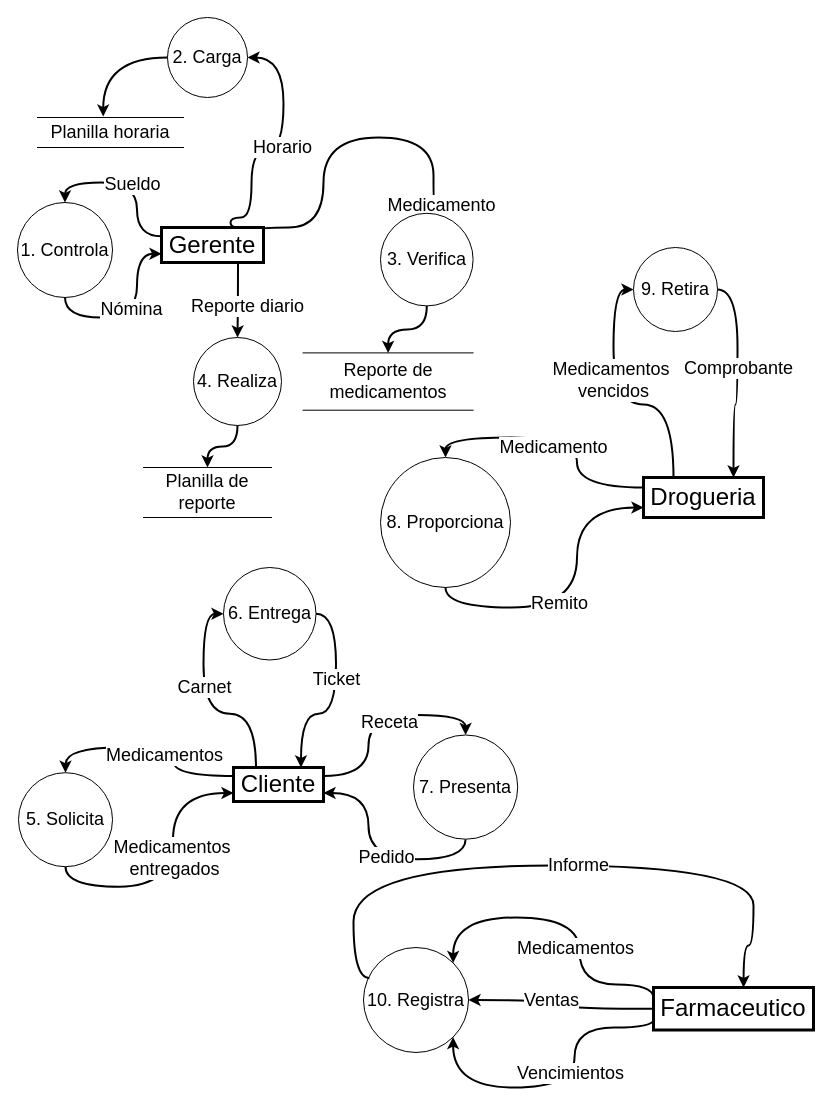
The draw.io diagram page "DFD_Farmacia" (1 of 2) of farmaciaAE.drawio in yon026/pruebagit, before the edit. Source tidied: cells renumbered, new cells numbered last; positions are measured from the earlier drawing's top-left corner, leaving out a move shared by most shapes. Both pictures are drawn from the tidied source at 100%, with x=0, y=0 at pixel (17, 17).
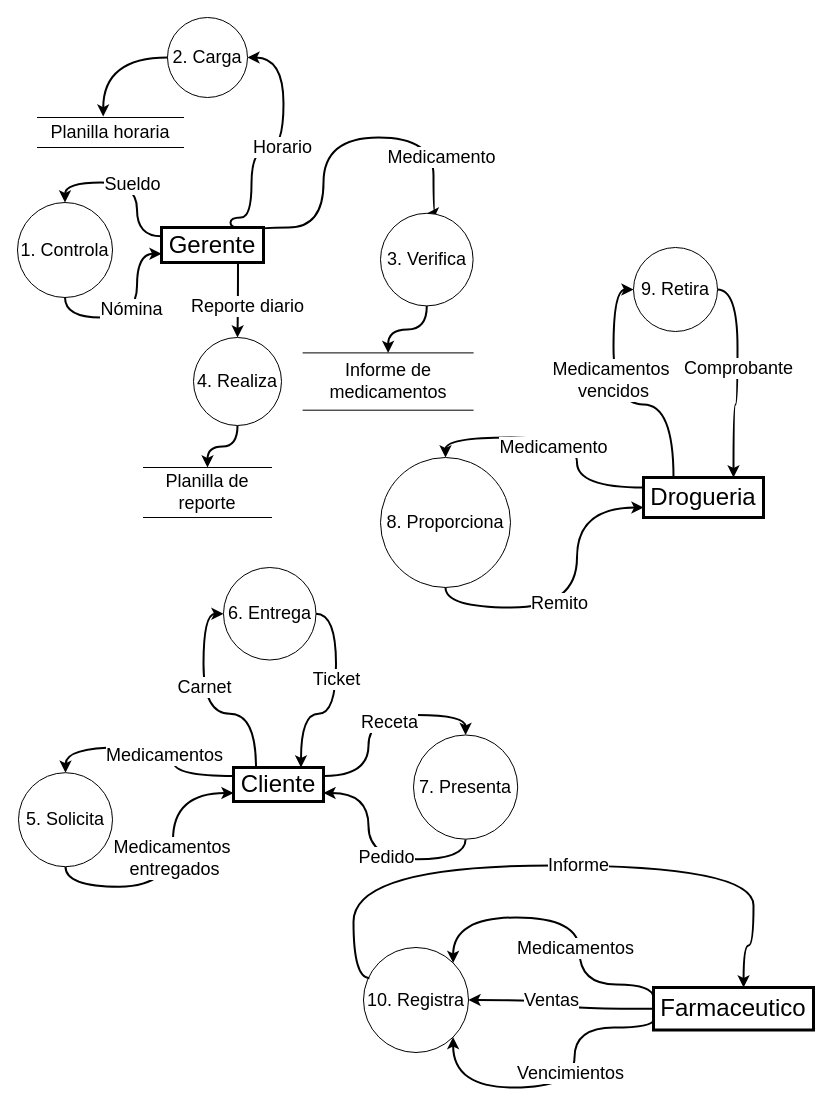
Above is the later version.

Unchanged cells that the change refers to:
```xml
<mxCell id="10" style="edgeStyle=orthogonalEdgeStyle;shape=connector;curved=1;rounded=0;jettySize=auto;html=1;exitX=1;exitY=0.25;exitDx=0;exitDy=0;entryX=0.5;entryY=0;entryDx=0;entryDy=0;strokeColor=default;align=center;verticalAlign=middle;fontFamily=Helvetica;fontSize=18;fontColor=default;labelBackgroundColor=default;endArrow=classic;strokeWidth=2;" parent="1" edge="1" source="16" target="18">
  <mxGeometry relative="1" as="geometry">
    <Array as="points">
      <mxPoint x="236" y="210" />
      <mxPoint x="306" y="210" />
      <mxPoint x="306" y="120" />
      <mxPoint x="416" y="120" />
      <mxPoint x="416" y="196" />
    </Array>
  </mxGeometry>
</mxCell>
```

Change to the diagram source:
```diff
@@
     <mxCell id="11" value="Medicamento" style="edgeLabel;html=1;align=center;verticalAlign=middle;fontFamily=Helvetica;fontSize=18;fontColor=default;labelBackgroundColor=default;" parent="10" vertex="1">
       <mxGeometry x="-0.36" y="-2" relative="1" as="geometry">
-        <mxPoint x="115" y="8" as="offset" />
+        <mxPoint x="115" y="-40" as="offset" />
       </mxGeometry>
     </mxCell>
@@
-    <mxCell id="36" value="Reporte de medicamentos" style="shape=partialRectangle;whiteSpace=wrap;html=1;left=0;right=0;fillColor=none;fontFamily=Helvetica;fontSize=18;fontColor=default;labelBackgroundColor=default;" parent="1" vertex="1">
+    <mxCell id="36" value="Informe de medicamentos" style="shape=partialRectangle;whiteSpace=wrap;html=1;left=0;right=0;fillColor=none;fontFamily=Helvetica;fontSize=18;fontColor=default;labelBackgroundColor=default;" parent="1" vertex="1">
       <mxGeometry x="285.6" y="335.4" width="170" height="57.3" as="geometry" />
     </mxCell>
```
